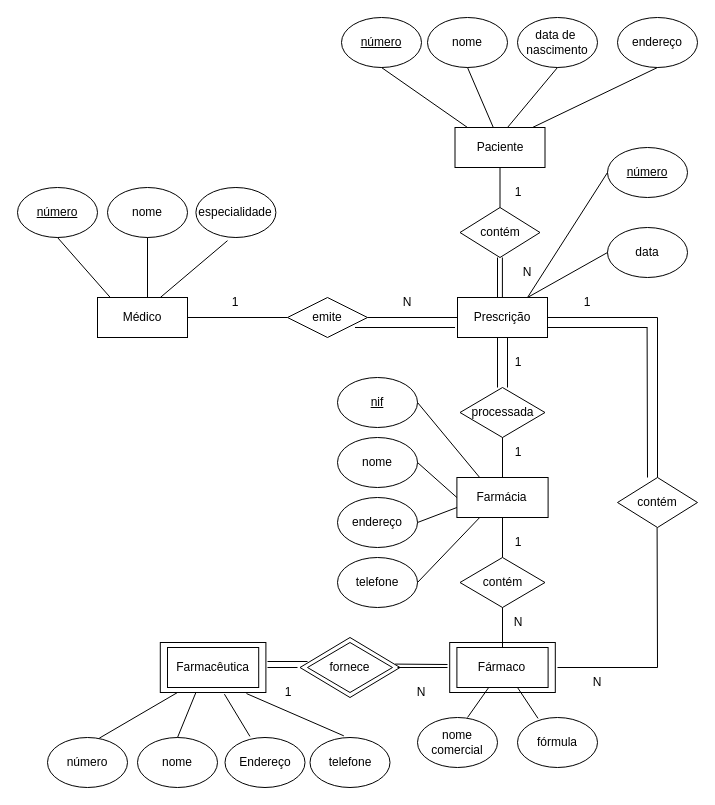
Earlier version of the draw.io diagram DiagramaEx2.drawio (rtavares018/BD). Source tidied: cells renumbered, new cells numbered last; positions are measured from the earlier drawing's top-left corner, leaving out a move shared by most shapes. Both pictures are drawn from the tidied source at 100%, with x=0, y=0 at pixel (17, 17).
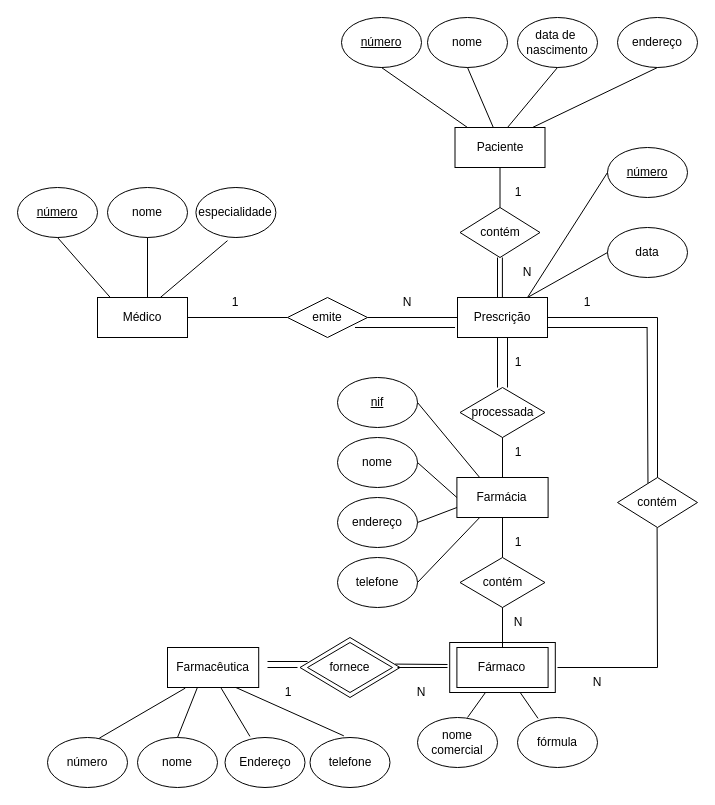
The same page after the edit.

The change refers to these unchanged cells:
```xml
<mxCell id="2" style="rounded=0;whiteSpace=wrap;html=1;" parent="1" vertex="1">
  <mxGeometry x="432.2" y="625" width="105.6" height="50" as="geometry" />
</mxCell>
<mxCell id="25" value="Farmacêutica" style="rounded=0;whiteSpace=wrap;html=1;" parent="1" vertex="1">
  <mxGeometry x="150" y="630" width="91.2" height="40" as="geometry" />
</mxCell>
<mxCell id="31" value="contém" style="rhombus;whiteSpace=wrap;html=1;" parent="1" vertex="1">
  <mxGeometry x="600" y="460" width="80" height="50" as="geometry" />
</mxCell>
<mxCell id="69" value="fórmula" style="ellipse;whiteSpace=wrap;html=1;" parent="1" vertex="1">
  <mxGeometry x="500" y="700" width="80" height="50" as="geometry" />
</mxCell>
<mxCell id="72" value="telefone" style="ellipse;whiteSpace=wrap;html=1;" parent="1" vertex="1">
  <mxGeometry x="292.5" y="720" width="80" height="50" as="geometry" />
</mxCell>
<mxCell id="73" value="Endereço" style="ellipse;whiteSpace=wrap;html=1;" parent="1" vertex="1">
  <mxGeometry x="207.5" y="720" width="80" height="50" as="geometry" />
</mxCell>
<mxCell id="74" value="nome" style="ellipse;whiteSpace=wrap;html=1;" parent="1" vertex="1">
  <mxGeometry x="120" y="720" width="80" height="50" as="geometry" />
</mxCell>
<mxCell id="75" value="número" style="ellipse;whiteSpace=wrap;html=1;" parent="1" vertex="1">
  <mxGeometry x="30" y="720" width="80" height="50" as="geometry" />
</mxCell>
```

Change to the diagram source:
```diff
@@
-    <mxCell id="4" style="rounded=0;whiteSpace=wrap;html=1;" parent="1" vertex="1">
-      <mxGeometry x="142.8" y="625" width="105.6" height="50" as="geometry" />
-    </mxCell>
@@
-    <mxCell id="38" style="endArrow=none;html=1;rounded=0;" parent="1" edge="1">
+    <mxCell id="38" style="endArrow=none;html=1;rounded=0;exitX=0.381;exitY=0.114;exitDx=0;exitDy=0;exitPerimeter=0;" parent="1" edge="1" source="31">
       <mxGeometry relative="1" as="geometry">
-        <mxPoint x="630" y="460" as="sourcePoint" />
         <mxPoint x="629.6" y="310" as="targetPoint" />
       </mxGeometry>
     </mxCell>
@@
-    <mxCell id="70" style="endArrow=none;html=1;rounded=0;" parent="1" edge="1">
+    <mxCell id="70" style="endArrow=none;html=1;rounded=0;entryX=0.336;entryY=1.008;entryDx=0;entryDy=0;entryPerimeter=0;" parent="1" edge="1" target="2">
       <mxGeometry relative="1" as="geometry">
         <mxPoint x="450" y="700" as="sourcePoint" />
-        <mxPoint x="471.2" y="670" as="targetPoint" />
       </mxGeometry>
     </mxCell>
-    <mxCell id="71" style="endArrow=none;html=1;rounded=0;exitX=0.257;exitY=0.019;exitDx=0;exitDy=0;exitPerimeter=0;" parent="1" edge="1" source="69">
-      <mxGeometry relative="1" as="geometry">
-        <mxPoint x="500" y="670" as="targetPoint" />
-      </mxGeometry>
+    <mxCell id="71" style="endArrow=none;html=1;rounded=0;exitX=0.257;exitY=0.019;exitDx=0;exitDy=0;exitPerimeter=0;entryX=0.671;entryY=1.01;entryDx=0;entryDy=0;entryPerimeter=0;" parent="1" edge="1" source="69" target="2">
+      <mxGeometry relative="1" as="geometry" />
     </mxCell>
@@
-    <mxCell id="76" style="endArrow=none;html=1;rounded=0;exitX=0.647;exitY=0.014;exitDx=0;exitDy=0;exitPerimeter=0;" parent="1" edge="1" source="75">
-      <mxGeometry relative="1" as="geometry">
-        <mxPoint x="160" y="675" as="targetPoint" />
-      </mxGeometry>
+    <mxCell id="76" style="endArrow=none;html=1;rounded=0;exitX=0.647;exitY=0.014;exitDx=0;exitDy=0;exitPerimeter=0;entryX=0.195;entryY=1.016;entryDx=0;entryDy=0;entryPerimeter=0;" parent="1" edge="1" source="75" target="25">
+      <mxGeometry relative="1" as="geometry" />
     </mxCell>
-    <mxCell id="77" style="endArrow=none;html=1;rounded=0;exitX=0.5;exitY=0;exitDx=0;exitDy=0;" parent="1" edge="1" source="74">
-      <mxGeometry relative="1" as="geometry">
-        <mxPoint x="178.4" y="675" as="targetPoint" />
-      </mxGeometry>
+    <mxCell id="77" style="endArrow=none;html=1;rounded=0;exitX=0.5;exitY=0;exitDx=0;exitDy=0;entryX=0.328;entryY=0.999;entryDx=0;entryDy=0;entryPerimeter=0;" parent="1" edge="1" source="74" target="25">
+      <mxGeometry relative="1" as="geometry" />
     </mxCell>
-    <mxCell id="78" style="endArrow=none;html=1;rounded=0;exitX=0.312;exitY=-0.021;exitDx=0;exitDy=0;exitPerimeter=0;entryX=0.624;entryY=1.166;entryDx=0;entryDy=0;entryPerimeter=0;" parent="1" edge="1" source="73" target="25">
+    <mxCell id="78" style="endArrow=none;html=1;rounded=0;exitX=0.312;exitY=-0.021;exitDx=0;exitDy=0;exitPerimeter=0;entryX=0.588;entryY=1.015;entryDx=0;entryDy=0;entryPerimeter=0;" parent="1" edge="1" source="73" target="25">
       <mxGeometry relative="1" as="geometry" />
     </mxCell>
-    <mxCell id="79" style="endArrow=none;html=1;rounded=0;entryX=0.816;entryY=1.021;entryDx=0;entryDy=0;entryPerimeter=0;exitX=0.423;exitY=-0.033;exitDx=0;exitDy=0;exitPerimeter=0;" parent="1" edge="1" source="72" target="4">
+    <mxCell id="79" style="endArrow=none;html=1;rounded=0;entryX=0.75;entryY=1;entryDx=0;entryDy=0;exitX=0.423;exitY=-0.033;exitDx=0;exitDy=0;exitPerimeter=0;" parent="1" edge="1" source="72" target="25">
       <mxGeometry relative="1" as="geometry" />
     </mxCell>
```
